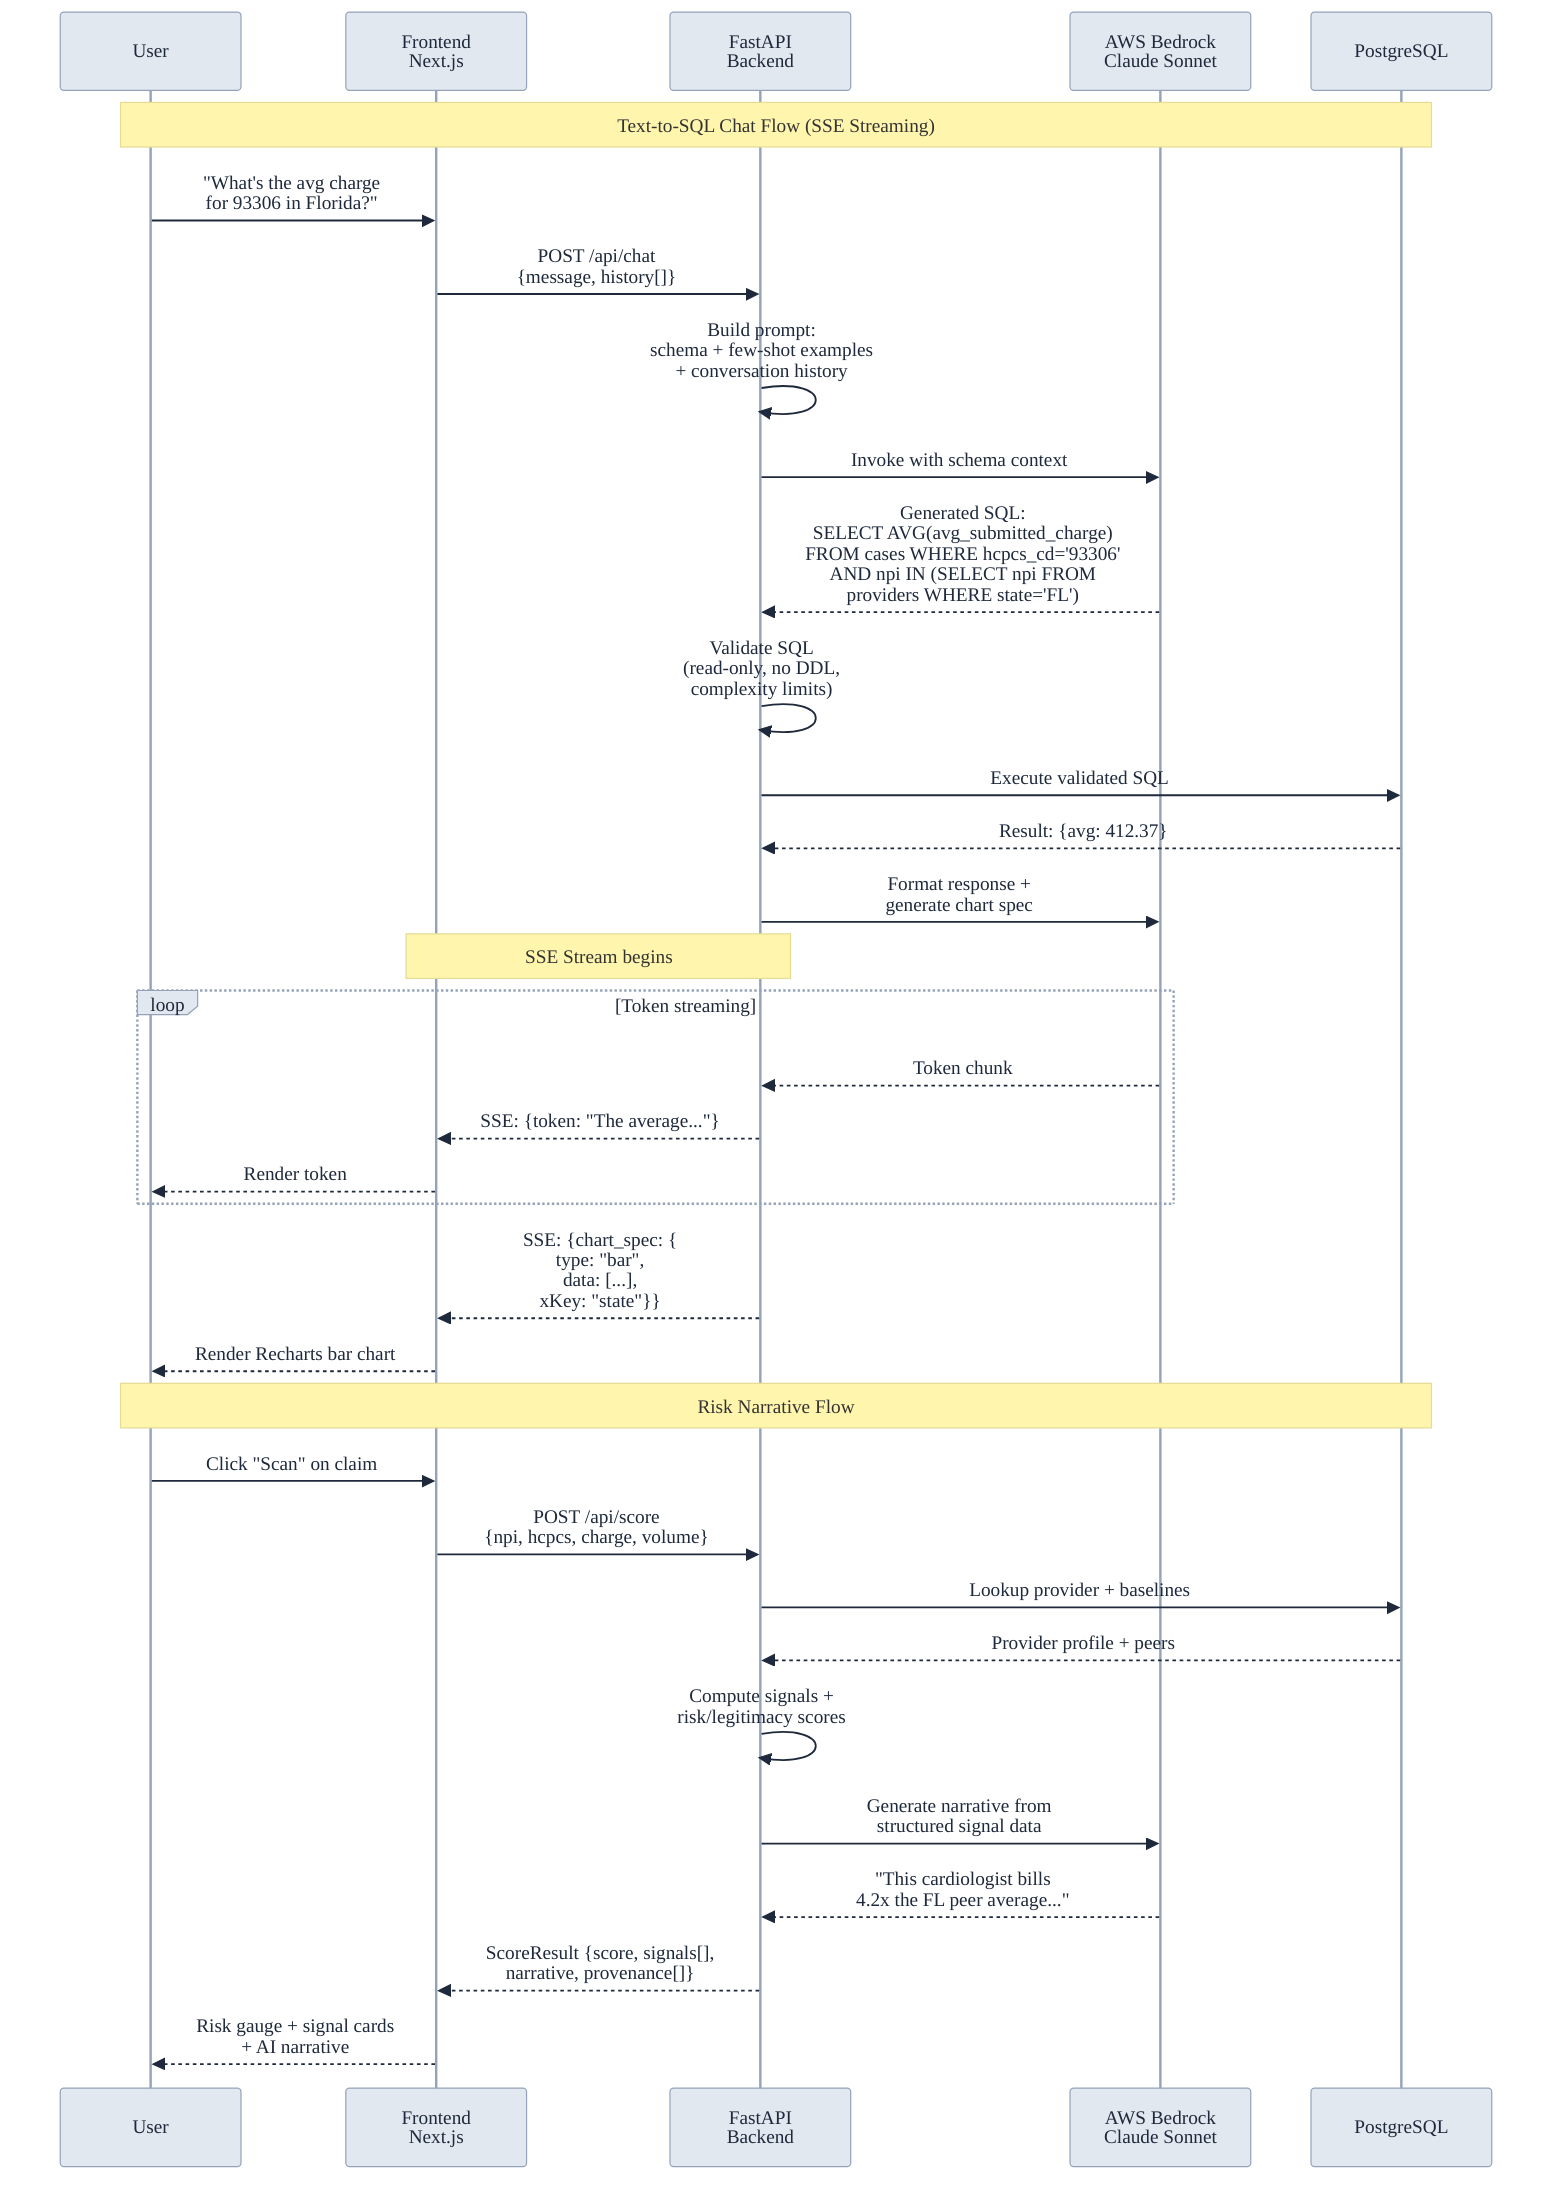
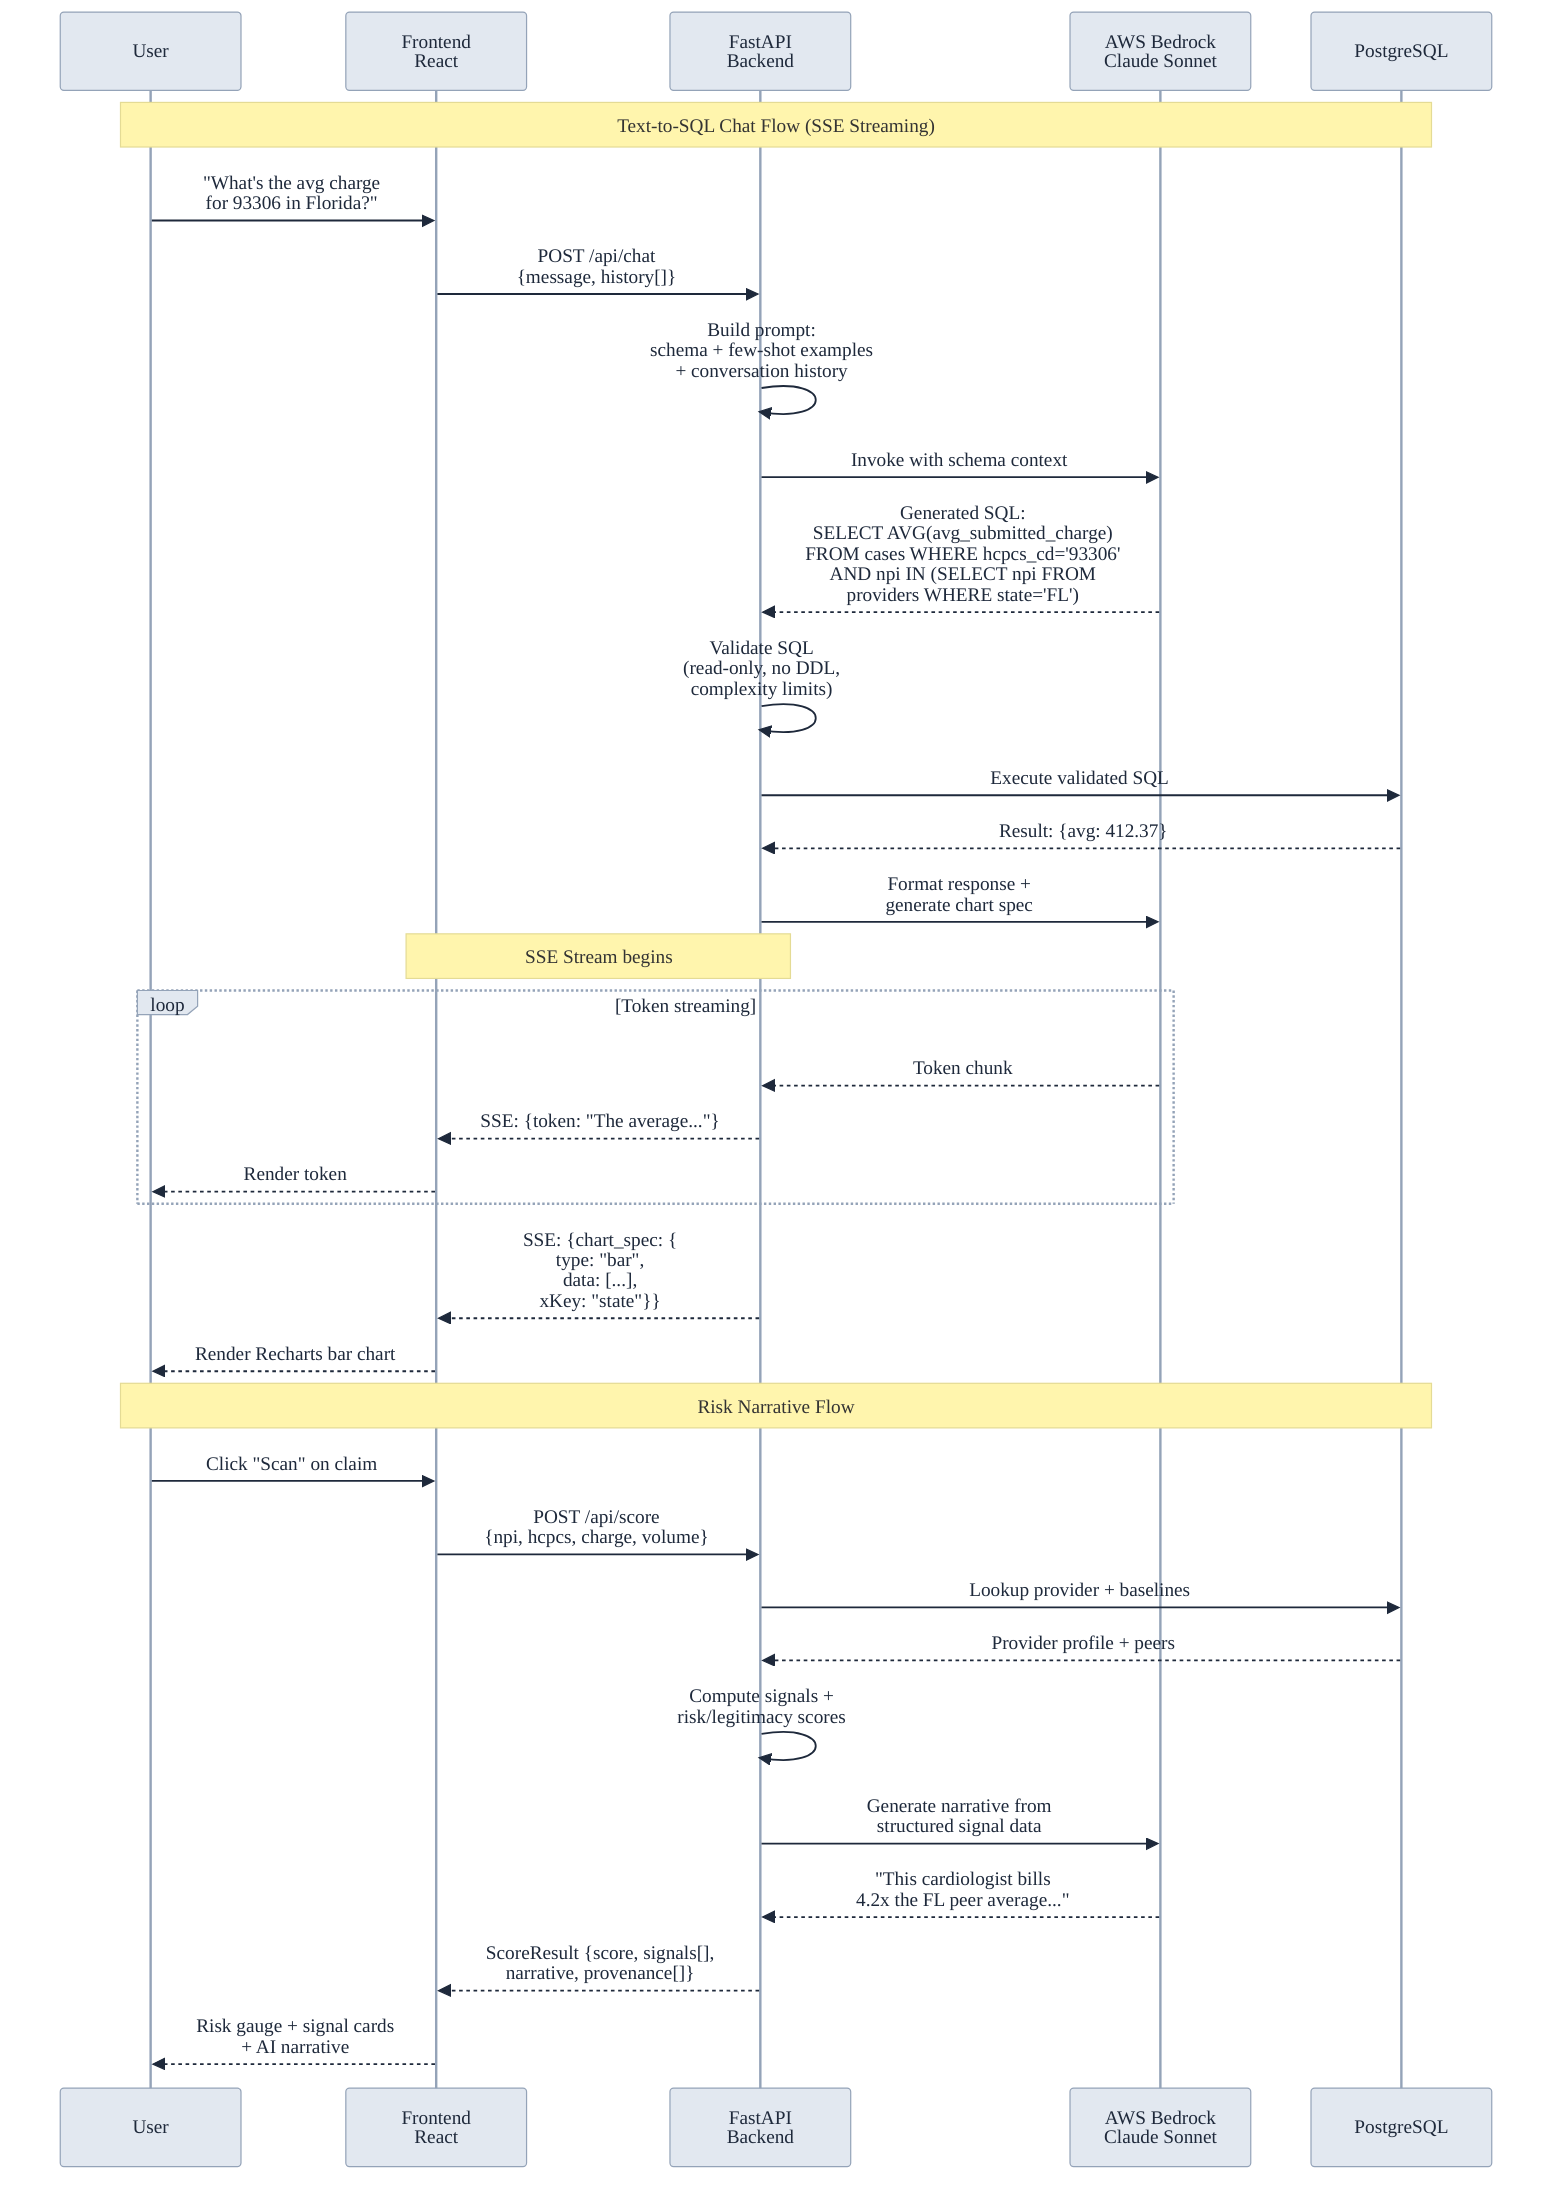
%%{init: {'theme': 'base', 'themeVariables': {'primaryColor': '#e2e8f0', 'primaryTextColor': '#1e293b', 'primaryBorderColor': '#94a3b8', 'lineColor': '#64748b', 'secondaryColor': '#f1f5f9', 'tertiaryColor': '#f8fafc', 'fontFamily': 'Inter, system-ui, sans-serif'}}}%%

sequenceDiagram
    participant U as User
-     participant FE as Frontend<br/>Next.js
+     participant FE as Frontend<br/>React
    participant API as FastAPI<br/>Backend
    participant LLM as AWS Bedrock<br/>Claude Sonnet
    participant DB as PostgreSQL

    Note over U,DB: Text-to-SQL Chat Flow (SSE Streaming)

    U->>FE: "What's the avg charge<br/>for 93306 in Florida?"
    FE->>API: POST /api/chat<br/>{message, history[]}

    API->>API: Build prompt:<br/>schema + few-shot examples<br/>+ conversation history

    API->>LLM: Invoke with schema context
    LLM-->>API: Generated SQL:<br/>SELECT AVG(avg_submitted_charge)<br/>FROM cases WHERE hcpcs_cd='93306'<br/>AND npi IN (SELECT npi FROM<br/>providers WHERE state='FL')

    API->>API: Validate SQL<br/>(read-only, no DDL,<br/>complexity limits)
    API->>DB: Execute validated SQL
    DB-->>API: Result: {avg: 412.37}

    API->>LLM: Format response +<br/>generate chart spec

    Note over API,FE: SSE Stream begins

    loop Token streaming
        LLM-->>API: Token chunk
        API-->>FE: SSE: {token: "The average..."}
        FE-->>U: Render token
    end

    API-->>FE: SSE: {chart_spec: {<br/>type: "bar",<br/>data: [...],<br/>xKey: "state"}}
    FE-->>U: Render Recharts bar chart

    Note over U,DB: Risk Narrative Flow

    U->>FE: Click "Scan" on claim
    FE->>API: POST /api/score<br/>{npi, hcpcs, charge, volume}
    API->>DB: Lookup provider + baselines
    DB-->>API: Provider profile + peers
    API->>API: Compute signals +<br/>risk/legitimacy scores
    API->>LLM: Generate narrative from<br/>structured signal data
    LLM-->>API: "This cardiologist bills<br/>4.2x the FL peer average..."
    API-->>FE: ScoreResult {score, signals[],<br/>narrative, provenance[]}
    FE-->>U: Risk gauge + signal cards<br/>+ AI narrative
